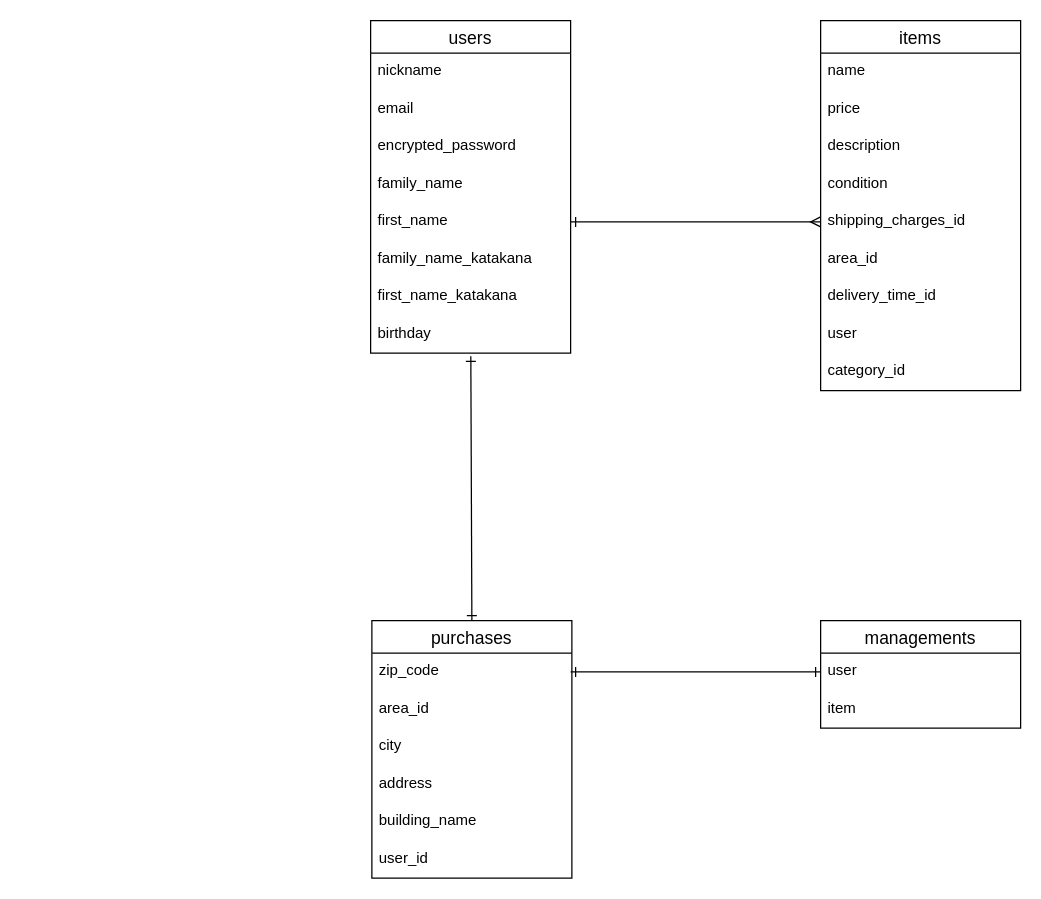
This is furima.dio from knskymsk/furima-39348, a draw.io file, before an edit. Source tidied: cells renumbered, new cells numbered last; positions are measured from the earlier drawing's top-left corner, leaving out a move shared by most shapes. Both pictures are drawn from the tidied source at 125%, with x=0, y=0 at pixel (370, 20).
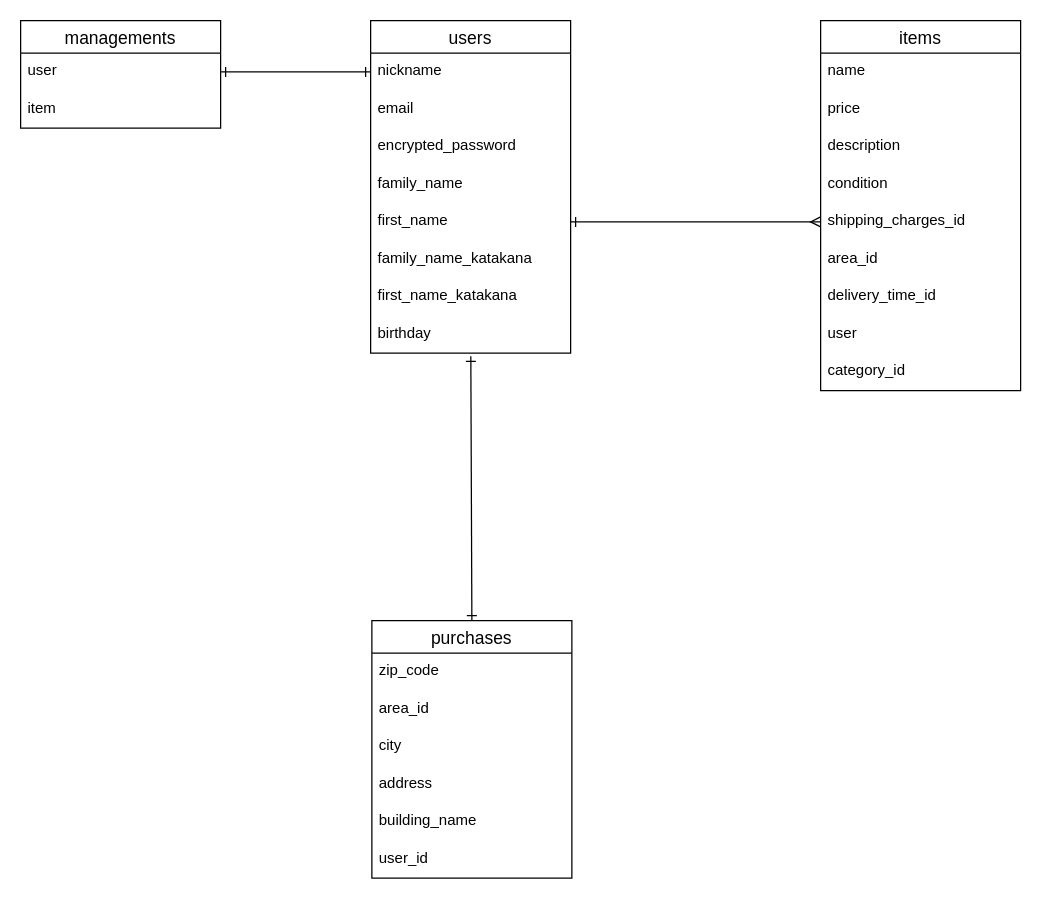
The same page after the edit.

Commit message (it also covers changes not shown here):
アソシエーション　変更

The change refers to these unchanged cells:
```xml
<mxCell id="3" value="nickname" style="text;strokeColor=none;fillColor=none;spacingLeft=4;spacingRight=4;overflow=hidden;points=[[0,0.5],[1,0.5]];portConstraint=eastwest;fontSize=12;" parent="2" vertex="1">
  <mxGeometry y="26" width="160" height="30" as="geometry" />
</mxCell>
<mxCell id="31" value="user" style="text;strokeColor=none;fillColor=none;spacingLeft=4;spacingRight=4;overflow=hidden;points=[[0,0.5],[1,0.5]];portConstraint=eastwest;fontSize=12;" parent="30" vertex="1">
  <mxGeometry y="26" width="160" height="30" as="geometry" />
</mxCell>
```

Diff of the diagram source:
```diff
@@
     <mxCell id="30" value="managements" style="swimlane;fontStyle=0;horizontal=1;startSize=26;align=center;fontSize=14;" parent="1" vertex="1">
-      <mxGeometry x="360" y="480" width="160" height="86" as="geometry" />
+      <mxGeometry x="-280" width="160" height="86" as="geometry" />
     </mxCell>
@@
-    <mxCell id="33" style="fontSize=12;html=1;endArrow=ERone;startArrow=ERone;startFill=0;endFill=0;" parent="1" edge="1">
-      <mxGeometry relative="1" as="geometry">
-        <mxPoint x="360" y="521" as="sourcePoint" />
-        <mxPoint x="160" y="521" as="targetPoint" />
-      </mxGeometry>
+    <mxCell id="33" style="fontSize=12;html=1;endArrow=ERone;startArrow=ERone;startFill=0;endFill=0;exitX=0;exitY=0.5;exitDx=0;exitDy=0;entryX=1;entryY=0.5;entryDx=0;entryDy=0;" parent="1" edge="1" source="3" target="31">
+      <mxGeometry relative="1" as="geometry" />
     </mxCell>
```
